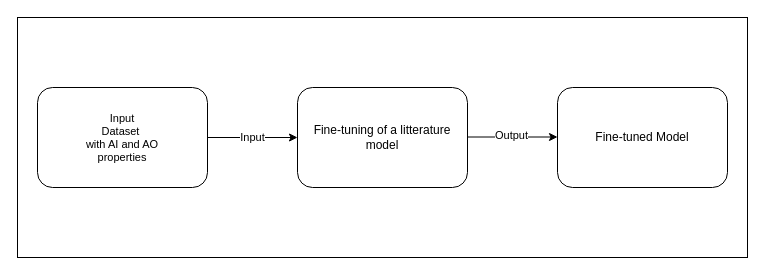
Earlier version of the draw.io diagram Untitled Diagram.drawio (qvelard/BiomolGeneration). Source tidied: cells renumbered, new cells numbered last; positions are measured from the earlier drawing's top-left corner, leaving out a move shared by most shapes. Both pictures are drawn from the tidied source at 100%, with x=0, y=0 at pixel (17, 17).
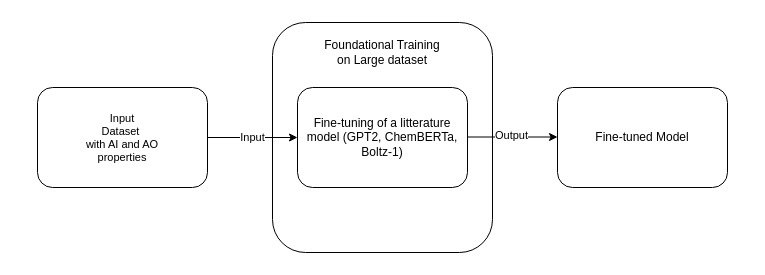
The same diagram, later.

Diff of the diagram source:
```diff
@@
 <mxGraphModel>
   <root>
     <mxCell id="0" />
     <mxCell id="1" parent="0" />
-    <mxCell id="2" value="&lt;br&gt;&lt;br&gt;&lt;div&gt;&lt;br/&gt;&lt;/div&gt;" style="rounded=0;whiteSpace=wrap;html=1;shadow=0;" parent="1" vertex="1">
-      <mxGeometry width="730" height="240" as="geometry" />
-    </mxCell>
+    <mxCell id="10" style="rounded=1;whiteSpace=wrap;html=1;" parent="1" vertex="1">
+      <mxGeometry x="255" y="5" width="220" height="230" as="geometry" />
+    </mxCell>
     <mxCell id="3" style="edgeStyle=orthogonalEdgeStyle;rounded=0;orthogonalLoop=1;jettySize=auto;html=1;exitX=1;exitY=0.5;exitDx=0;exitDy=0;" parent="1" edge="1">
       <mxGeometry relative="1" as="geometry">
         <mxPoint x="450" y="119.5" as="sourcePoint" />
         <mxPoint x="540" y="119.5" as="targetPoint" />
       </mxGeometry>
     </mxCell>
     <mxCell id="4" value="Output" style="edgeLabel;html=1;align=center;verticalAlign=middle;" parent="3" vertex="1">
       <mxGeometry x="-0.05" y="2" relative="1" as="geometry" />
     </mxCell>
-    <mxCell id="5" value="Fine-tuning of a litterature model" style="rounded=1;whiteSpace=wrap;html=1;fontSize=12;glass=0;strokeWidth=1;shadow=0;" parent="1" vertex="1">
+    <mxCell id="5" value="Fine-tuning of a litterature model (GPT2, ChemBERTa, Boltz-1)" style="rounded=1;whiteSpace=wrap;html=1;fontSize=12;glass=0;strokeWidth=1;shadow=0;" parent="1" vertex="1">
       <mxGeometry x="280" y="70" width="170" height="100" as="geometry" />
     </mxCell>
     <mxCell id="6" style="endArrow=classic;html=1;rounded=0;entryX=0;entryY=0.5;entryDx=0;entryDy=0;" parent="1" edge="1">
       <mxGeometry relative="1" as="geometry">
         <mxPoint x="190" y="120" as="sourcePoint" />
         <mxPoint x="280" y="120" as="targetPoint" />
       </mxGeometry>
     </mxCell>
     <mxCell id="7" value="Input" style="edgeLabel;html=1;align=center;verticalAlign=middle;" parent="6" vertex="1">
       <mxGeometry x="-0.02" y="1" relative="1" as="geometry" />
     </mxCell>
     <mxCell id="8" value="&lt;span style=&quot;text-wrap-mode: nowrap; font-size: 11px; background-color: rgb(255, 255, 255);&quot;&gt;Input&lt;/span&gt;&lt;div style=&quot;text-wrap-mode: nowrap; font-size: 11px;&quot;&gt;Dataset&amp;nbsp;&lt;/div&gt;&lt;div style=&quot;text-wrap-mode: nowrap; font-size: 11px;&quot;&gt;with AI and AO&lt;/div&gt;&lt;div style=&quot;text-wrap-mode: nowrap; font-size: 11px;&quot;&gt;properties&lt;/div&gt;" style="rounded=1;whiteSpace=wrap;html=1;fontSize=12;glass=0;strokeWidth=1;shadow=0;" parent="1" vertex="1">
       <mxGeometry x="20" y="70" width="170" height="100" as="geometry" />
     </mxCell>
     <mxCell id="9" value="Fine-tuned Model" style="rounded=1;whiteSpace=wrap;html=1;fontSize=12;glass=0;strokeWidth=1;shadow=0;" parent="1" vertex="1">
       <mxGeometry x="540" y="70" width="170" height="100" as="geometry" />
     </mxCell>
+    <mxCell id="11" value="Foundational Training on Large dataset" style="text;html=1;align=center;verticalAlign=middle;whiteSpace=wrap;rounded=0;" parent="1" vertex="1">
+      <mxGeometry x="300" y="20" width="130" height="30" as="geometry" />
+    </mxCell>
   </root>
 </mxGraphModel>
```
